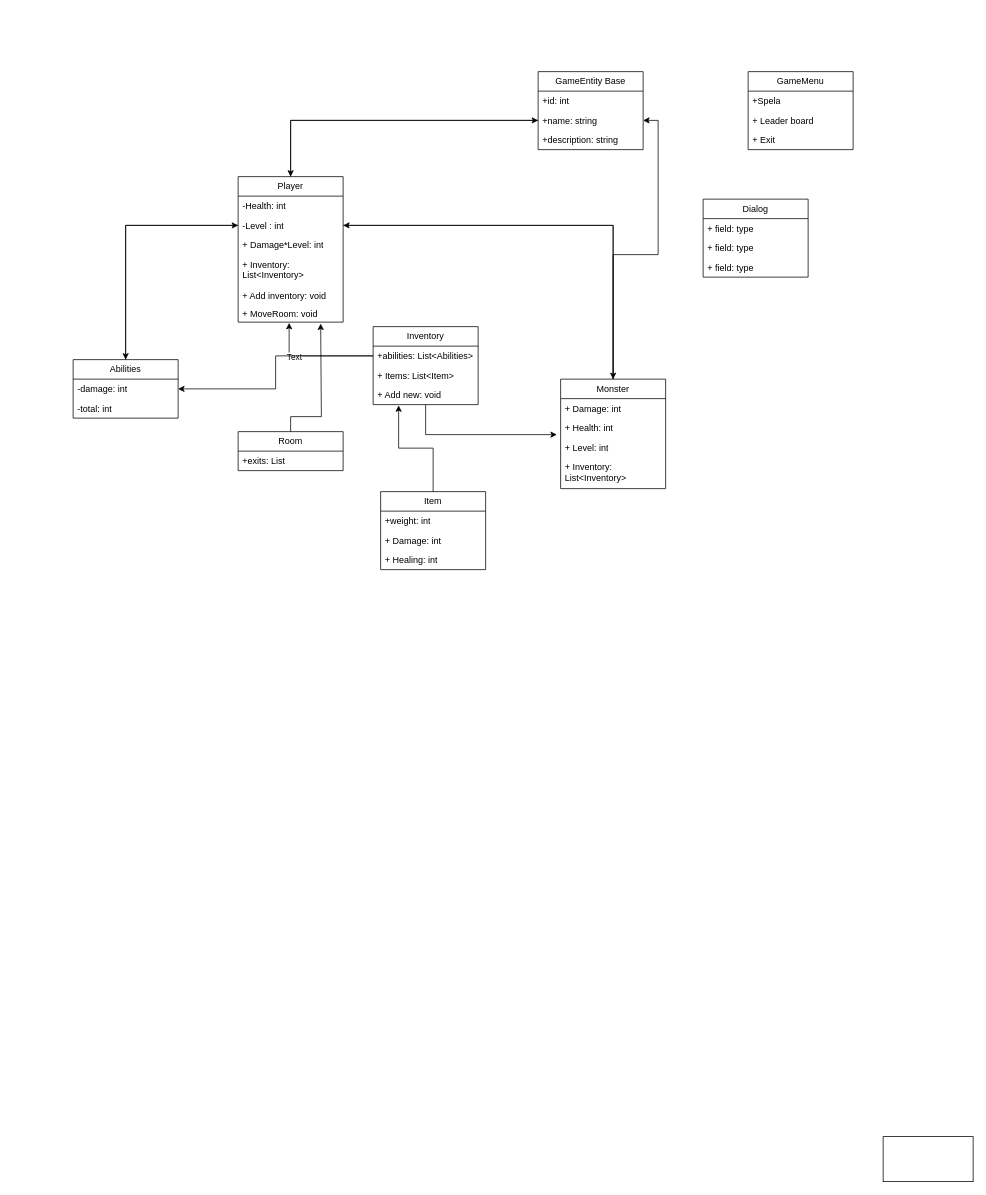
This is Test.drawio from Buriiboo/Cliffs-of-Cockermouth, a draw.io file, before an edit. Source tidied: cells renumbered, new cells numbered last; positions are measured from the earlier drawing's top-left corner, leaving out a move shared by most shapes. Both pictures are drawn from the tidied source at 75%, with x=0, y=0 at pixel (73, 71).
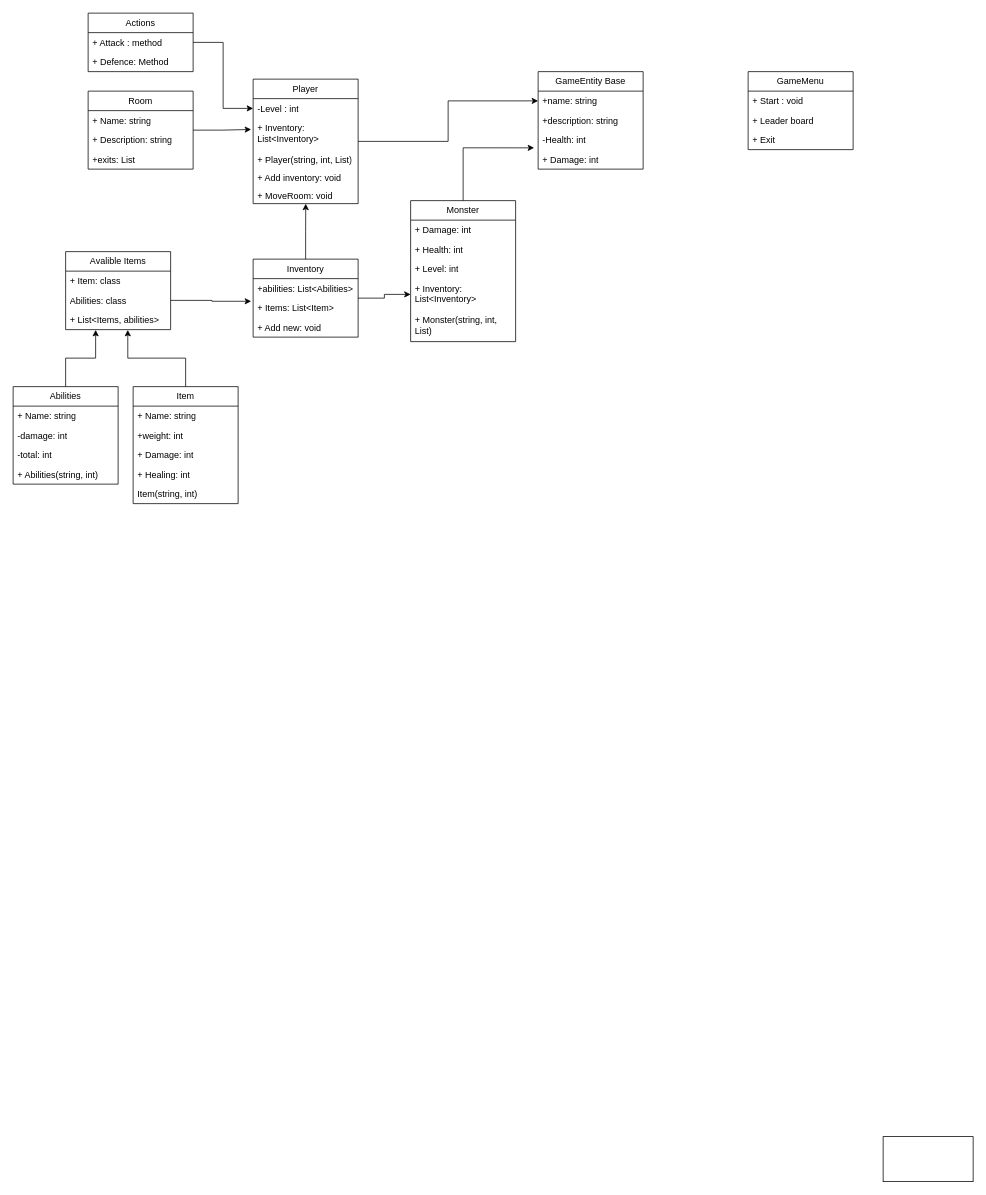
The same page after the edit.

The change refers to these unchanged cells:
```xml
<mxCell id="15" value="+abilities: List&amp;lt;Abilities&amp;gt;" style="text;strokeColor=none;fillColor=none;align=left;verticalAlign=top;spacingLeft=4;spacingRight=4;overflow=hidden;points=[[0,0.5],[1,0.5]];portConstraint=eastwest;whiteSpace=wrap;html=1;" parent="14" vertex="1">
  <mxGeometry y="26" width="140" height="26" as="geometry" />
</mxCell>
<mxCell id="16" value="+ Items: List&amp;lt;Item&amp;gt;" style="text;strokeColor=none;fillColor=none;align=left;verticalAlign=top;spacingLeft=4;spacingRight=4;overflow=hidden;points=[[0,0.5],[1,0.5]];portConstraint=eastwest;whiteSpace=wrap;html=1;" parent="14" vertex="1">
  <mxGeometry y="52" width="140" height="26" as="geometry" />
</mxCell>
<mxCell id="17" value="+ Add new: void" style="text;strokeColor=none;fillColor=none;align=left;verticalAlign=top;spacingLeft=4;spacingRight=4;overflow=hidden;points=[[0,0.5],[1,0.5]];portConstraint=eastwest;whiteSpace=wrap;html=1;" parent="14" vertex="1">
  <mxGeometry y="78" width="140" height="26" as="geometry" />
</mxCell>
<mxCell id="32" value="+ Health: int" style="text;strokeColor=none;fillColor=none;align=left;verticalAlign=top;spacingLeft=4;spacingRight=4;overflow=hidden;points=[[0,0.5],[1,0.5]];portConstraint=eastwest;whiteSpace=wrap;html=1;" parent="30" vertex="1">
  <mxGeometry y="52" width="140" height="26" as="geometry" />
</mxCell>
<mxCell id="34" value="+ Inventory: List&amp;lt;Inventory&amp;gt;" style="text;strokeColor=none;fillColor=none;align=left;verticalAlign=top;spacingLeft=4;spacingRight=4;overflow=hidden;points=[[0,0.5],[1,0.5]];portConstraint=eastwest;whiteSpace=wrap;html=1;" parent="30" vertex="1">
  <mxGeometry y="104" width="140" height="42" as="geometry" />
</mxCell>
<mxCell id="45" value="GameMenu" style="swimlane;fontStyle=0;horizontal=1;startSize=26;fillColor=none;whiteSpace=wrap;html=1;" parent="1" vertex="1">
  <mxGeometry x="900" width="140" height="104" as="geometry" />
</mxCell>
```

Diff of the diagram source:
```diff
@@
-    <mxCell id="2" style="edgeStyle=orthogonalEdgeStyle;rounded=0;jettySize=auto;html=1;entryX=0;entryY=0.5;entryDx=0;entryDy=0;" parent="1" edge="1" source="3" target="9">
-      <mxGeometry relative="1" as="geometry" />
-    </mxCell>
-    <mxCell id="3" value="Abilities" style="swimlane;fontStyle=0;horizontal=1;startSize=26;fillColor=none;whiteSpace=wrap;html=1;" parent="1" vertex="1">
-      <mxGeometry y="384" width="140" height="78" as="geometry" />
-    </mxCell>
-    <mxCell id="4" value="-damage: int" style="text;strokeColor=none;fillColor=none;align=left;verticalAlign=top;spacingLeft=4;spacingRight=4;overflow=hidden;points=[[0,0.5],[1,0.5]];portConstraint=eastwest;whiteSpace=wrap;html=1;" parent="3" vertex="1">
-      <mxGeometry y="26" width="140" height="26" as="geometry" />
-    </mxCell>
-    <mxCell id="5" value="-total: int" style="text;strokeColor=none;fillColor=none;align=left;verticalAlign=top;spacingLeft=4;spacingRight=4;overflow=hidden;whiteSpace=wrap;html=1;" parent="3" vertex="1">
-      <mxGeometry y="52" width="140" height="26" as="geometry" />
-    </mxCell>
@@
     <mxCell id="7" value="Player" style="swimlane;fontStyle=0;horizontal=1;startSize=26;fillColor=none;whiteSpace=wrap;html=1;" parent="1" vertex="1">
-      <mxGeometry x="220" y="140" width="140" height="194" as="geometry" />
+      <mxGeometry x="240" y="10" width="140" height="166" as="geometry" />
     </mxCell>
-    <mxCell id="8" value="-Health: int" style="text;strokeColor=none;fillColor=none;align=left;verticalAlign=top;spacingLeft=4;spacingRight=4;overflow=hidden;points=[[0,0.5],[1,0.5]];portConstraint=eastwest;whiteSpace=wrap;html=1;" parent="7" vertex="1">
-      <mxGeometry y="26" width="140" height="26" as="geometry" />
-    </mxCell>
     <mxCell id="9" value="-Level : int" style="text;strokeColor=none;fillColor=none;align=left;verticalAlign=top;spacingLeft=4;spacingRight=4;overflow=hidden;points=[[0,0.5],[1,0.5]];portConstraint=eastwest;whiteSpace=wrap;html=1;" parent="7" vertex="1">
-      <mxGeometry y="52" width="140" height="26" as="geometry" />
+      <mxGeometry y="26" width="140" height="26" as="geometry" />
     </mxCell>
-    <mxCell id="10" value="+ Damage*Level: int" style="text;strokeColor=none;fillColor=none;align=left;verticalAlign=top;spacingLeft=4;spacingRight=4;overflow=hidden;whiteSpace=wrap;html=1;" parent="7" vertex="1">
-      <mxGeometry y="78" width="140" height="26" as="geometry" />
-    </mxCell>
     <mxCell id="11" value="+ Inventory: List&amp;lt;Inventory&amp;gt;" style="text;strokeColor=none;fillColor=none;align=left;verticalAlign=top;spacingLeft=4;spacingRight=4;overflow=hidden;points=[[0,0.5],[1,0.5]];portConstraint=eastwest;whiteSpace=wrap;html=1;" parent="7" vertex="1">
-      <mxGeometry y="104" width="140" height="42" as="geometry" />
+      <mxGeometry y="52" width="140" height="42" as="geometry" />
     </mxCell>
+    <mxCell id="53" value="+ Player(string, int, List)" style="text;strokeColor=none;fillColor=none;align=left;verticalAlign=top;spacingLeft=4;spacingRight=4;overflow=hidden;whiteSpace=wrap;html=1;" parent="7" vertex="1">
+      <mxGeometry y="94" width="140" height="24" as="geometry" />
+    </mxCell>
     <mxCell id="12" value="+ Add inventory: void" style="text;strokeColor=none;fillColor=none;align=left;verticalAlign=top;spacingLeft=4;spacingRight=4;overflow=hidden;whiteSpace=wrap;html=1;" parent="7" vertex="1">
-      <mxGeometry y="146" width="140" height="24" as="geometry" />
+      <mxGeometry y="118" width="140" height="24" as="geometry" />
     </mxCell>
     <mxCell id="13" value="+ MoveRoom: void" style="text;strokeColor=none;fillColor=none;align=left;verticalAlign=top;spacingLeft=4;spacingRight=4;overflow=hidden;points=[[0,0.5],[1,0.5]];portConstraint=eastwest;whiteSpace=wrap;html=1;" parent="7" vertex="1">
-      <mxGeometry y="170" width="140" height="24" as="geometry" />
+      <mxGeometry y="142" width="140" height="24" as="geometry" />
     </mxCell>
     <mxCell id="14" value="Inventory" style="swimlane;fontStyle=0;horizontal=1;startSize=26;fillColor=none;whiteSpace=wrap;html=1;" parent="1" vertex="1">
-      <mxGeometry x="400" y="340" width="140" height="104" as="geometry" />
+      <mxGeometry x="240" y="250" width="140" height="104" as="geometry" />
     </mxCell>
@@
     <mxCell id="18" value="GameEntity Base" style="swimlane;fontStyle=0;horizontal=1;startSize=26;fillColor=none;whiteSpace=wrap;html=1;" parent="1" vertex="1">
-      <mxGeometry x="620" width="140" height="104" as="geometry" />
+      <mxGeometry x="620" width="140" height="130" as="geometry" />
     </mxCell>
-    <mxCell id="19" value="+id: int" style="text;strokeColor=none;fillColor=none;align=left;verticalAlign=top;spacingLeft=4;spacingRight=4;overflow=hidden;whiteSpace=wrap;html=1;" parent="18" vertex="1">
-      <mxGeometry y="26" width="140" height="26" as="geometry" />
-    </mxCell>
     <mxCell id="20" value="+name: string" style="text;strokeColor=none;fillColor=none;align=left;verticalAlign=top;spacingLeft=4;spacingRight=4;overflow=hidden;points=[[0,0.5],[1,0.5]];portConstraint=eastwest;whiteSpace=wrap;html=1;" parent="18" vertex="1">
-      <mxGeometry y="52" width="140" height="26" as="geometry" />
+      <mxGeometry y="26" width="140" height="26" as="geometry" />
     </mxCell>
     <mxCell id="21" value="+description: string" style="text;strokeColor=none;fillColor=none;align=left;verticalAlign=top;spacingLeft=4;spacingRight=4;overflow=hidden;whiteSpace=wrap;html=1;" parent="18" vertex="1">
-      <mxGeometry y="78" width="140" height="26" as="geometry" />
+      <mxGeometry y="52" width="140" height="26" as="geometry" />
     </mxCell>
+    <mxCell id="8" value="-Health: int" style="text;strokeColor=none;fillColor=none;align=left;verticalAlign=top;spacingLeft=4;spacingRight=4;overflow=hidden;points=[[0,0.5],[1,0.5]];portConstraint=eastwest;whiteSpace=wrap;html=1;" parent="18" vertex="1">
+      <mxGeometry y="78" width="140" height="26" as="geometry" />
+    </mxCell>
+    <mxCell id="54" value="+ Damage: int" style="text;strokeColor=none;fillColor=none;align=left;verticalAlign=top;spacingLeft=4;spacingRight=4;overflow=hidden;whiteSpace=wrap;html=1;" parent="18" vertex="1">
+      <mxGeometry y="104" width="140" height="26" as="geometry" />
+    </mxCell>
     <mxCell id="22" value="Room" style="swimlane;fontStyle=0;horizontal=1;startSize=26;fillColor=none;whiteSpace=wrap;html=1;" parent="1" vertex="1">
-      <mxGeometry x="220" y="480" width="140" height="52" as="geometry" />
+      <mxGeometry x="20" y="26" width="140" height="104" as="geometry" />
     </mxCell>
-    <mxCell id="23" value="+exits: List" style="text;strokeColor=none;fillColor=none;align=left;verticalAlign=top;spacingLeft=4;spacingRight=4;overflow=hidden;whiteSpace=wrap;html=1;" parent="22" vertex="1">
+    <mxCell id="23" value="+ Name: string" style="text;strokeColor=none;fillColor=none;align=left;verticalAlign=top;spacingLeft=4;spacingRight=4;overflow=hidden;whiteSpace=wrap;html=1;" parent="22" vertex="1">
       <mxGeometry y="26" width="140" height="26" as="geometry" />
     </mxCell>
-    <mxCell id="24" value="Item" style="swimlane;fontStyle=0;horizontal=1;startSize=26;fillColor=none;whiteSpace=wrap;html=1;" parent="1" vertex="1">
-      <mxGeometry x="410" y="560" width="140" height="104" as="geometry" />
-    </mxCell>
-    <mxCell id="25" value="+weight: int" style="text;strokeColor=none;fillColor=none;align=left;verticalAlign=top;spacingLeft=4;spacingRight=4;overflow=hidden;whiteSpace=wrap;html=1;" parent="24" vertex="1">
-      <mxGeometry y="26" width="140" height="26" as="geometry" />
-    </mxCell>
-    <mxCell id="26" value="+ Damage: int" style="text;strokeColor=none;fillColor=none;align=left;verticalAlign=top;spacingLeft=4;spacingRight=4;overflow=hidden;whiteSpace=wrap;html=1;" parent="24" vertex="1">
-      <mxGeometry y="52" width="140" height="26" as="geometry" />
-    </mxCell>
-    <mxCell id="27" value="+ Healing: int" style="text;strokeColor=none;fillColor=none;align=left;verticalAlign=top;spacingLeft=4;spacingRight=4;overflow=hidden;whiteSpace=wrap;html=1;" parent="24" vertex="1">
-      <mxGeometry y="78" width="140" height="26" as="geometry" />
-    </mxCell>
-    <mxCell id="28" style="edgeStyle=orthogonalEdgeStyle;rounded=0;jettySize=auto;html=1;entryX=1;entryY=0.5;entryDx=0;entryDy=0;" parent="1" edge="1" source="30" target="20">
-      <mxGeometry relative="1" as="geometry" />
-    </mxCell>
-    <mxCell id="29" style="edgeStyle=orthogonalEdgeStyle;rounded=0;jettySize=auto;html=1;entryX=1;entryY=0.5;entryDx=0;entryDy=0;" parent="1" edge="1" source="30" target="9">
-      <mxGeometry relative="1" as="geometry" />
-    </mxCell>
+    <mxCell id="55" value="+ Description: string" style="text;strokeColor=none;fillColor=none;align=left;verticalAlign=top;spacingLeft=4;spacingRight=4;overflow=hidden;whiteSpace=wrap;html=1;" parent="22" vertex="1">
+      <mxGeometry y="52" width="140" height="26" as="geometry" />
+    </mxCell>
+    <mxCell id="56" value="+exits: List" style="text;strokeColor=none;fillColor=none;align=left;verticalAlign=top;spacingLeft=4;spacingRight=4;overflow=hidden;whiteSpace=wrap;html=1;" parent="22" vertex="1">
+      <mxGeometry y="78" width="140" height="26" as="geometry" />
+    </mxCell>
     <mxCell id="30" value="Monster" style="swimlane;fontStyle=0;horizontal=1;startSize=26;fillColor=none;whiteSpace=wrap;html=1;" parent="1" vertex="1">
-      <mxGeometry x="650" y="410" width="140" height="146" as="geometry" />
+      <mxGeometry x="450" y="172" width="140" height="188" as="geometry" />
     </mxCell>
@@
+    <mxCell id="57" value="+ Monster(string, int, List)" style="text;strokeColor=none;fillColor=none;align=left;verticalAlign=top;spacingLeft=4;spacingRight=4;overflow=hidden;whiteSpace=wrap;html=1;" parent="30" vertex="1">
+      <mxGeometry y="146" width="140" height="42" as="geometry" />
+    </mxCell>
@@
-    <mxCell id="36" style="edgeStyle=orthogonalEdgeStyle;rounded=0;jettySize=auto;html=1;entryX=-0.036;entryY=0.846;entryDx=0;entryDy=0;entryPerimeter=0;" parent="1" edge="1" source="14" target="32">
-      <mxGeometry relative="1" as="geometry" />
-    </mxCell>
-    <mxCell id="37" style="edgeStyle=orthogonalEdgeStyle;rounded=0;jettySize=auto;html=1;entryX=0.486;entryY=1.042;entryDx=0;entryDy=0;entryPerimeter=0;" parent="1" edge="1" source="15" target="13">
-      <mxGeometry relative="1" as="geometry" />
-    </mxCell>
-    <mxCell id="38" value="Text" style="edgeLabel;html=1;align=center;verticalAlign=middle;" parent="37" vertex="1">
-      <mxGeometry x="0.36" y="1" relative="1" as="geometry" />
-    </mxCell>
-    <mxCell id="39" style="edgeStyle=orthogonalEdgeStyle;rounded=0;jettySize=auto;html=1;entryX=0.243;entryY=1.038;entryDx=0;entryDy=0;entryPerimeter=0;" parent="1" edge="1" source="24" target="17">
-      <mxGeometry relative="1" as="geometry" />
-    </mxCell>
-    <mxCell id="40" style="edgeStyle=orthogonalEdgeStyle;rounded=0;jettySize=auto;html=1;entryX=0.5;entryY=0;entryDx=0;entryDy=0;" parent="1" edge="1" source="9" target="30">
-      <mxGeometry relative="1" as="geometry" />
-    </mxCell>
-    <mxCell id="41" style="edgeStyle=orthogonalEdgeStyle;rounded=0;jettySize=auto;html=1;entryX=0.5;entryY=0;entryDx=0;entryDy=0;" parent="1" edge="1" source="20" target="7">
-      <mxGeometry relative="1" as="geometry" />
-    </mxCell>
-    <mxCell id="42" style="edgeStyle=orthogonalEdgeStyle;rounded=0;jettySize=auto;html=1;entryX=0.5;entryY=0;entryDx=0;entryDy=0;" parent="1" edge="1" source="9" target="3">
-      <mxGeometry relative="1" as="geometry" />
-    </mxCell>
-    <mxCell id="43" style="edgeStyle=orthogonalEdgeStyle;rounded=0;jettySize=auto;html=1;entryX=1;entryY=0.5;entryDx=0;entryDy=0;" parent="1" edge="1" source="15" target="4">
-      <mxGeometry relative="1" as="geometry" />
-    </mxCell>
-    <mxCell id="44" style="edgeStyle=orthogonalEdgeStyle;rounded=0;jettySize=auto;html=1;entryX=0.786;entryY=1.083;entryDx=0;entryDy=0;entryPerimeter=0;" parent="1" edge="1" source="22" target="13">
-      <mxGeometry relative="1" as="geometry">
-        <Array as="points">
-          <mxPoint x="290" y="460" />
-          <mxPoint x="331" y="460" />
-        </Array>
-      </mxGeometry>
-    </mxCell>
@@
-    <mxCell id="46" value="+Spela" style="text;strokeColor=none;fillColor=none;align=left;verticalAlign=top;spacingLeft=4;spacingRight=4;overflow=hidden;whiteSpace=wrap;html=1;" parent="45" vertex="1">
+    <mxCell id="46" value="+ Start : void" style="text;strokeColor=none;fillColor=none;align=left;verticalAlign=top;spacingLeft=4;spacingRight=4;overflow=hidden;whiteSpace=wrap;html=1;" parent="45" vertex="1">
       <mxGeometry y="26" width="140" height="26" as="geometry" />
     </mxCell>
@@
-    <mxCell id="49" value="Dialog" style="swimlane;fontStyle=0;horizontal=1;startSize=26;fillColor=none;whiteSpace=wrap;html=1;" parent="1" vertex="1">
-      <mxGeometry x="840" y="170" width="140" height="104" as="geometry" />
-    </mxCell>
-    <mxCell id="50" value="+ field: type" style="text;strokeColor=none;fillColor=none;align=left;verticalAlign=top;spacingLeft=4;spacingRight=4;overflow=hidden;whiteSpace=wrap;html=1;" parent="49" vertex="1">
-      <mxGeometry y="26" width="140" height="26" as="geometry" />
-    </mxCell>
-    <mxCell id="51" value="+ field: type" style="text;strokeColor=none;fillColor=none;align=left;verticalAlign=top;spacingLeft=4;spacingRight=4;overflow=hidden;whiteSpace=wrap;html=1;" parent="49" vertex="1">
-      <mxGeometry y="52" width="140" height="26" as="geometry" />
-    </mxCell>
-    <mxCell id="52" value="+ field: type" style="text;strokeColor=none;fillColor=none;align=left;verticalAlign=top;spacingLeft=4;spacingRight=4;overflow=hidden;whiteSpace=wrap;html=1;" parent="49" vertex="1">
-      <mxGeometry y="78" width="140" height="26" as="geometry" />
-    </mxCell>
+    <mxCell id="58" value="Actions" style="swimlane;fontStyle=0;horizontal=1;startSize=26;fillColor=none;whiteSpace=wrap;html=1;" parent="1" vertex="1">
+      <mxGeometry x="20" y="-78" width="140" height="78" as="geometry" />
+    </mxCell>
+    <mxCell id="59" value="+ Attack : method" style="text;strokeColor=none;fillColor=none;align=left;verticalAlign=top;spacingLeft=4;spacingRight=4;overflow=hidden;points=[[0,0.5],[1,0.5]];portConstraint=eastwest;whiteSpace=wrap;html=1;" parent="58" vertex="1">
+      <mxGeometry y="26" width="140" height="26" as="geometry" />
+    </mxCell>
+    <mxCell id="60" value="+ Defence: Method" style="text;strokeColor=none;fillColor=none;align=left;verticalAlign=top;spacingLeft=4;spacingRight=4;overflow=hidden;whiteSpace=wrap;html=1;" parent="58" vertex="1">
+      <mxGeometry y="52" width="140" height="26" as="geometry" />
+    </mxCell>
+    <mxCell id="61" style="edgeStyle=orthogonalEdgeStyle;rounded=0;jettySize=auto;html=1;entryX=-0.038;entryY=0.909;entryDx=0;entryDy=0;entryPerimeter=0;" parent="1" edge="1" source="30" target="8">
+      <mxGeometry relative="1" as="geometry" />
+    </mxCell>
+    <mxCell id="3" value="Abilities" style="swimlane;fontStyle=0;horizontal=1;startSize=26;fillColor=none;whiteSpace=wrap;html=1;" parent="1" vertex="1">
+      <mxGeometry x="-80" y="420" width="140" height="130" as="geometry" />
+    </mxCell>
+    <mxCell id="62" value="+ Name: string" style="text;strokeColor=none;fillColor=none;align=left;verticalAlign=top;spacingLeft=4;spacingRight=4;overflow=hidden;whiteSpace=wrap;html=1;" parent="3" vertex="1">
+      <mxGeometry y="26" width="140" height="26" as="geometry" />
+    </mxCell>
+    <mxCell id="4" value="-damage: int" style="text;strokeColor=none;fillColor=none;align=left;verticalAlign=top;spacingLeft=4;spacingRight=4;overflow=hidden;points=[[0,0.5],[1,0.5]];portConstraint=eastwest;whiteSpace=wrap;html=1;" parent="3" vertex="1">
+      <mxGeometry y="52" width="140" height="26" as="geometry" />
+    </mxCell>
+    <mxCell id="5" value="-total: int" style="text;strokeColor=none;fillColor=none;align=left;verticalAlign=top;spacingLeft=4;spacingRight=4;overflow=hidden;whiteSpace=wrap;html=1;" parent="3" vertex="1">
+      <mxGeometry y="78" width="140" height="26" as="geometry" />
+    </mxCell>
+    <mxCell id="63" value="+ Abilities(string, int)" style="text;strokeColor=none;fillColor=none;align=left;verticalAlign=top;spacingLeft=4;spacingRight=4;overflow=hidden;whiteSpace=wrap;html=1;" parent="3" vertex="1">
+      <mxGeometry y="104" width="140" height="26" as="geometry" />
+    </mxCell>
+    <mxCell id="24" value="Item" style="swimlane;fontStyle=0;horizontal=1;startSize=26;fillColor=none;whiteSpace=wrap;html=1;" parent="1" vertex="1">
+      <mxGeometry x="80" y="420" width="140" height="156" as="geometry" />
+    </mxCell>
+    <mxCell id="64" value="+ Name: string" style="text;strokeColor=none;fillColor=none;align=left;verticalAlign=top;spacingLeft=4;spacingRight=4;overflow=hidden;whiteSpace=wrap;html=1;" parent="24" vertex="1">
+      <mxGeometry y="26" width="140" height="26" as="geometry" />
+    </mxCell>
+    <mxCell id="25" value="+weight: int" style="text;strokeColor=none;fillColor=none;align=left;verticalAlign=top;spacingLeft=4;spacingRight=4;overflow=hidden;whiteSpace=wrap;html=1;" parent="24" vertex="1">
+      <mxGeometry y="52" width="140" height="26" as="geometry" />
+    </mxCell>
+    <mxCell id="26" value="+ Damage: int" style="text;strokeColor=none;fillColor=none;align=left;verticalAlign=top;spacingLeft=4;spacingRight=4;overflow=hidden;whiteSpace=wrap;html=1;" parent="24" vertex="1">
+      <mxGeometry y="78" width="140" height="26" as="geometry" />
+    </mxCell>
+    <mxCell id="27" value="+ Healing: int" style="text;strokeColor=none;fillColor=none;align=left;verticalAlign=top;spacingLeft=4;spacingRight=4;overflow=hidden;whiteSpace=wrap;html=1;" parent="24" vertex="1">
+      <mxGeometry y="104" width="140" height="26" as="geometry" />
+    </mxCell>
+    <mxCell id="65" value="Item(string, int)" style="text;strokeColor=none;fillColor=none;align=left;verticalAlign=top;spacingLeft=4;spacingRight=4;overflow=hidden;whiteSpace=wrap;html=1;" parent="24" vertex="1">
+      <mxGeometry y="130" width="140" height="26" as="geometry" />
+    </mxCell>
+    <mxCell id="66" value="Avalible Items" style="swimlane;fontStyle=0;horizontal=1;startSize=26;fillColor=none;whiteSpace=wrap;html=1;" parent="1" vertex="1">
+      <mxGeometry x="-10" y="240" width="140" height="104" as="geometry" />
+    </mxCell>
+    <mxCell id="67" value="+ Item: class" style="text;strokeColor=none;fillColor=none;align=left;verticalAlign=top;spacingLeft=4;spacingRight=4;overflow=hidden;whiteSpace=wrap;html=1;" parent="66" vertex="1">
+      <mxGeometry y="26" width="140" height="26" as="geometry" />
+    </mxCell>
+    <mxCell id="68" value="Abilities: class" style="text;strokeColor=none;fillColor=none;align=left;verticalAlign=top;spacingLeft=4;spacingRight=4;overflow=hidden;points=[[0,0.5],[1,0.5]];portConstraint=eastwest;whiteSpace=wrap;html=1;" parent="66" vertex="1">
+      <mxGeometry y="52" width="140" height="26" as="geometry" />
+    </mxCell>
+    <mxCell id="69" value="+ List&amp;lt;Items, abilities&amp;gt;" style="text;strokeColor=none;fillColor=none;align=left;verticalAlign=top;spacingLeft=4;spacingRight=4;overflow=hidden;points=[[0,0.5],[1,0.5]];portConstraint=eastwest;whiteSpace=wrap;html=1;" parent="66" vertex="1">
+      <mxGeometry y="78" width="140" height="26" as="geometry" />
+    </mxCell>
+    <mxCell id="70" style="edgeStyle=orthogonalEdgeStyle;rounded=0;jettySize=auto;html=1;entryX=0;entryY=0.5;entryDx=0;entryDy=0;" parent="1" edge="1" source="14" target="34">
+      <mxGeometry relative="1" as="geometry" />
+    </mxCell>
+    <mxCell id="71" style="edgeStyle=orthogonalEdgeStyle;rounded=0;jettySize=auto;html=1;entryX=0.501;entryY=1.008;entryDx=0;entryDy=0;entryPerimeter=0;" parent="1" edge="1" source="14" target="13">
+      <mxGeometry relative="1" as="geometry" />
+    </mxCell>
+    <mxCell id="72" style="edgeStyle=orthogonalEdgeStyle;rounded=0;jettySize=auto;html=1;entryX=0.286;entryY=1.014;entryDx=0;entryDy=0;entryPerimeter=0;" parent="1" edge="1" source="3" target="69">
+      <mxGeometry relative="1" as="geometry" />
+    </mxCell>
+    <mxCell id="73" style="edgeStyle=orthogonalEdgeStyle;rounded=0;jettySize=auto;html=1;entryX=0.592;entryY=1.014;entryDx=0;entryDy=0;entryPerimeter=0;" parent="1" edge="1" source="24" target="69">
+      <mxGeometry relative="1" as="geometry" />
+    </mxCell>
+    <mxCell id="74" style="edgeStyle=orthogonalEdgeStyle;rounded=0;jettySize=auto;html=1;entryX=-0.019;entryY=0.359;entryDx=0;entryDy=0;entryPerimeter=0;" parent="1" edge="1" source="22" target="11">
+      <mxGeometry relative="1" as="geometry" />
+    </mxCell>
+    <mxCell id="75" style="edgeStyle=orthogonalEdgeStyle;rounded=0;jettySize=auto;html=1;entryX=0;entryY=0.5;entryDx=0;entryDy=0;" parent="1" edge="1" source="59" target="9">
+      <mxGeometry relative="1" as="geometry" />
+    </mxCell>
+    <mxCell id="76" style="edgeStyle=orthogonalEdgeStyle;rounded=0;jettySize=auto;html=1;entryX=-0.019;entryY=0.161;entryDx=0;entryDy=0;entryPerimeter=0;" parent="1" edge="1" source="68" target="16">
+      <mxGeometry relative="1" as="geometry" />
+    </mxCell>
```
